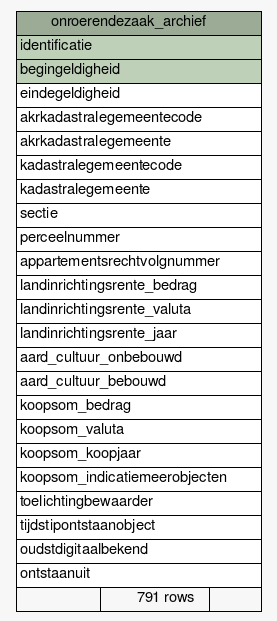
The Graphviz diagram datamodel/schemaspy/brk/diagrams/summary/onroerendezaak_archief.1degree.png in B3Partners/brmo, before a commit. Its source is kept beside it as datamodel/schemaspy/brk/diagrams/summary/onroerendezaak_archief.1degree.dot. Its diagram source:
```dot
digraph "onroerendezaak_archief" {
  graph [
    rankdir="RL"
    bgcolor="#f7f7f7"
    nodesep="0.18"
    ranksep="0.46"
    fontname="Helvetica"
    fontsize="11"
  ];
  node [
    fontname="Helvetica"
    fontsize="11"
    shape="plaintext"
  ];
  edge [
    arrowsize="0.8"
  ];
  "onroerendezaak_archief" [
    label=<
    <TABLE BORDER="0" CELLBORDER="1" CELLSPACING="0" BGCOLOR="#ffffff">
      <TR><TD COLSPAN="3" BGCOLOR="#9bab96" ALIGN="CENTER">onroerendezaak_archief</TD></TR>
      <TR><TD PORT="identificatie" COLSPAN="3" BGCOLOR="#bed1b8" ALIGN="LEFT">identificatie</TD></TR>
      <TR><TD PORT="begingeldigheid" COLSPAN="3" BGCOLOR="#bed1b8" ALIGN="LEFT">begingeldigheid</TD></TR>
      <TR><TD PORT="eindegeldigheid" COLSPAN="3" ALIGN="LEFT">eindegeldigheid</TD></TR>
      <TR><TD PORT="akrkadastralegemeentecode" COLSPAN="3" ALIGN="LEFT">akrkadastralegemeentecode</TD></TR>
      <TR><TD PORT="akrkadastralegemeente" COLSPAN="3" ALIGN="LEFT">akrkadastralegemeente</TD></TR>
      <TR><TD PORT="kadastralegemeentecode" COLSPAN="3" ALIGN="LEFT">kadastralegemeentecode</TD></TR>
      <TR><TD PORT="kadastralegemeente" COLSPAN="3" ALIGN="LEFT">kadastralegemeente</TD></TR>
      <TR><TD PORT="sectie" COLSPAN="3" ALIGN="LEFT">sectie</TD></TR>
      <TR><TD PORT="perceelnummer" COLSPAN="3" ALIGN="LEFT">perceelnummer</TD></TR>
      <TR><TD PORT="appartementsrechtvolgnummer" COLSPAN="3" ALIGN="LEFT">appartementsrechtvolgnummer</TD></TR>
      <TR><TD PORT="landinrichtingsrente_bedrag" COLSPAN="3" ALIGN="LEFT">landinrichtingsrente_bedrag</TD></TR>
      <TR><TD PORT="landinrichtingsrente_valuta" COLSPAN="3" ALIGN="LEFT">landinrichtingsrente_valuta</TD></TR>
      <TR><TD PORT="landinrichtingsrente_jaar" COLSPAN="3" ALIGN="LEFT">landinrichtingsrente_jaar</TD></TR>
      <TR><TD PORT="aard_cultuur_onbebouwd" COLSPAN="3" ALIGN="LEFT">aard_cultuur_onbebouwd</TD></TR>
      <TR><TD PORT="aard_cultuur_bebouwd" COLSPAN="3" ALIGN="LEFT">aard_cultuur_bebouwd</TD></TR>
      <TR><TD PORT="koopsom_bedrag" COLSPAN="3" ALIGN="LEFT">koopsom_bedrag</TD></TR>
      <TR><TD PORT="koopsom_valuta" COLSPAN="3" ALIGN="LEFT">koopsom_valuta</TD></TR>
      <TR><TD PORT="koopsom_koopjaar" COLSPAN="3" ALIGN="LEFT">koopsom_koopjaar</TD></TR>
      <TR><TD PORT="koopsom_indicatiemeerobjecten" COLSPAN="3" ALIGN="LEFT">koopsom_indicatiemeerobjecten</TD></TR>
      <TR><TD PORT="toelichtingbewaarder" COLSPAN="3" ALIGN="LEFT">toelichtingbewaarder</TD></TR>
      <TR><TD PORT="tijdstipontstaanobject" COLSPAN="3" ALIGN="LEFT">tijdstipontstaanobject</TD></TR>
      <TR><TD PORT="oudstdigitaalbekend" COLSPAN="3" ALIGN="LEFT">oudstdigitaalbekend</TD></TR>
      <TR><TD PORT="ontstaanuit" COLSPAN="3" ALIGN="LEFT">ontstaanuit</TD></TR>
      <TR><TD ALIGN="LEFT" BGCOLOR="#f7f7f7">  </TD><TD ALIGN="RIGHT" BGCOLOR="#f7f7f7">791 rows</TD><TD ALIGN="RIGHT" BGCOLOR="#f7f7f7">  </TD></TR>
    </TABLE>>
    URL="tables/onroerendezaak_archief.html"
    tooltip="onroerendezaak_archief"
  ];
}
```
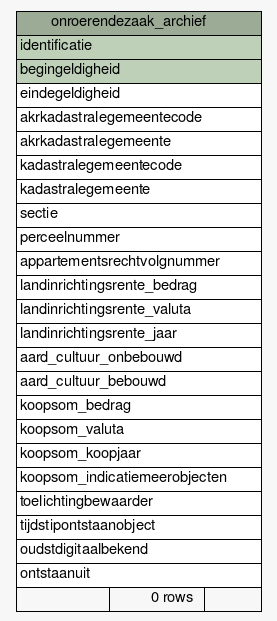
After the change.

Diff of the diagram source:
```diff
@@ -42,7 +42,7 @@
       <TR><TD PORT="tijdstipontstaanobject" COLSPAN="3" ALIGN="LEFT">tijdstipontstaanobject</TD></TR>
       <TR><TD PORT="oudstdigitaalbekend" COLSPAN="3" ALIGN="LEFT">oudstdigitaalbekend</TD></TR>
       <TR><TD PORT="ontstaanuit" COLSPAN="3" ALIGN="LEFT">ontstaanuit</TD></TR>
-      <TR><TD ALIGN="LEFT" BGCOLOR="#f7f7f7">  </TD><TD ALIGN="RIGHT" BGCOLOR="#f7f7f7">791 rows</TD><TD ALIGN="RIGHT" BGCOLOR="#f7f7f7">  </TD></TR>
+      <TR><TD ALIGN="LEFT" BGCOLOR="#f7f7f7">  </TD><TD ALIGN="RIGHT" BGCOLOR="#f7f7f7">0 rows</TD><TD ALIGN="RIGHT" BGCOLOR="#f7f7f7">  </TD></TR>
     </TABLE>>
     URL="tables/onroerendezaak_archief.html"
     tooltip="onroerendezaak_archief"
```
